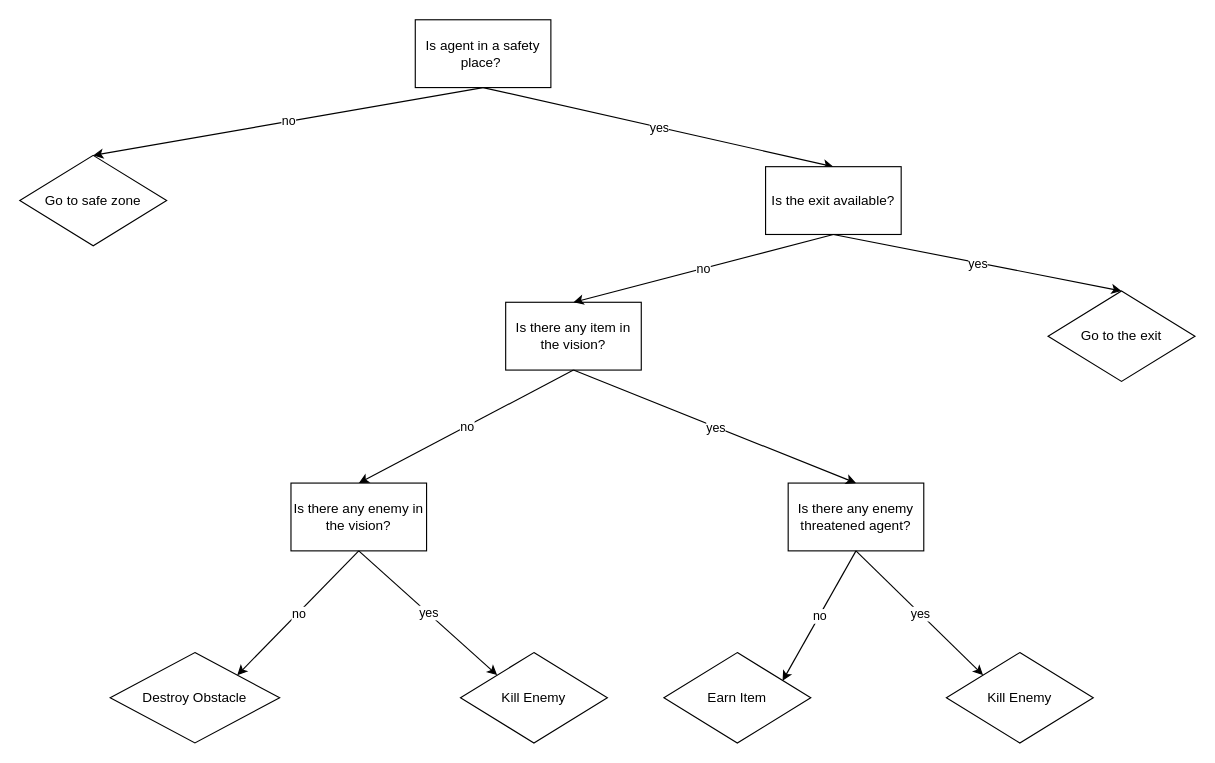
Above: src/main/java/uet/gryffindor/game/movement/descision.drawio in hoang1007/bomberman (draw.io), before the change. Source tidied: cells renumbered, new cells numbered last; positions are measured from the earlier drawing's top-left corner, leaving out a move shared by most shapes. Both pictures are drawn from the tidied source at 113%, with x=0, y=0 at pixel (19, 19).
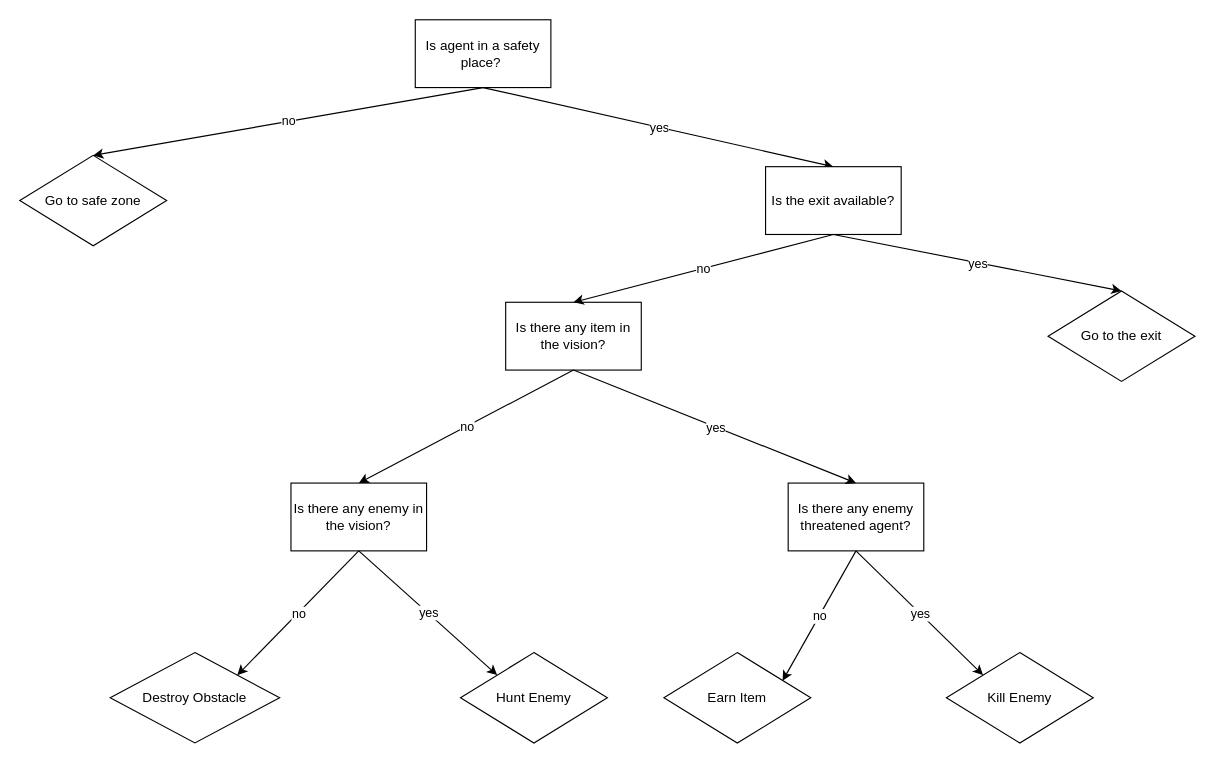
After the change.

The edit, as a diff of the source:
```diff
@@
-    <mxCell id="10" value="Kill Enemy" style="rhombus;whiteSpace=wrap;html=1;" parent="1" vertex="1">
+    <mxCell id="10" value="Hunt Enemy" style="rhombus;whiteSpace=wrap;html=1;" parent="1" vertex="1">
       <mxGeometry x="390" y="560" width="130" height="80" as="geometry" />
     </mxCell>
```
